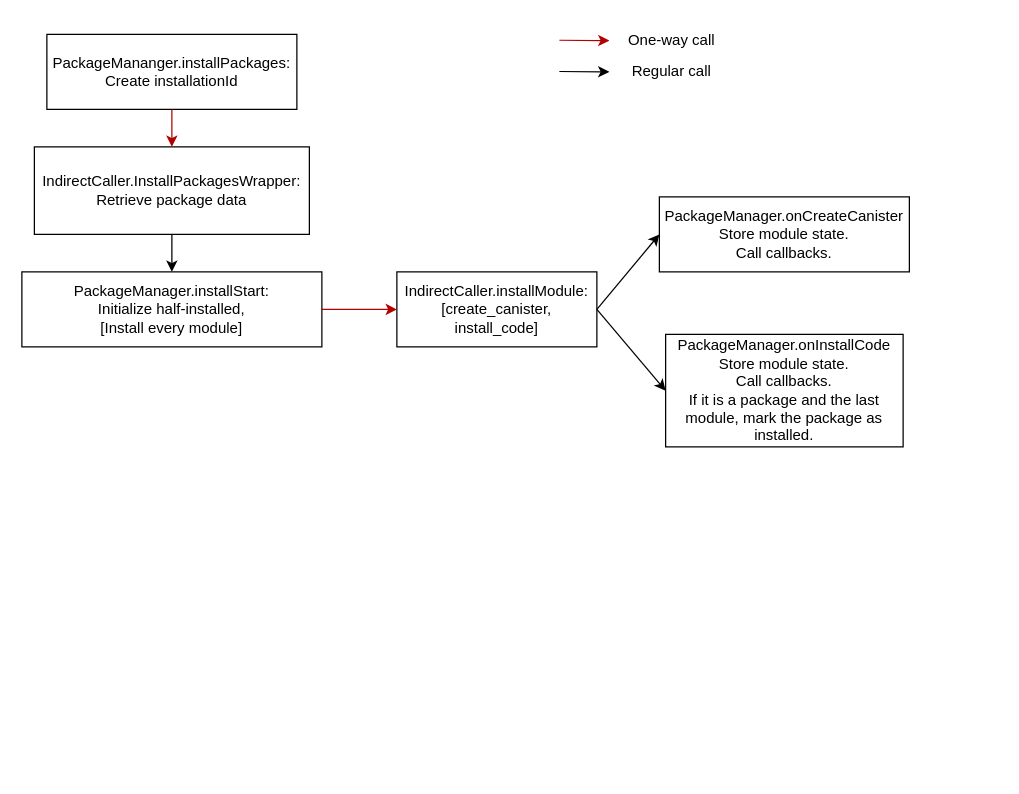
This is docs/calls.drawio from vporton/icp-package-manager, a draw.io file, before an edit. Source tidied: cells renumbered, new cells numbered last; positions are measured from the earlier drawing's top-left corner, leaving out a move shared by most shapes. Both pictures are drawn from the tidied source at 125%, with x=0, y=0 at pixel (21, 21).
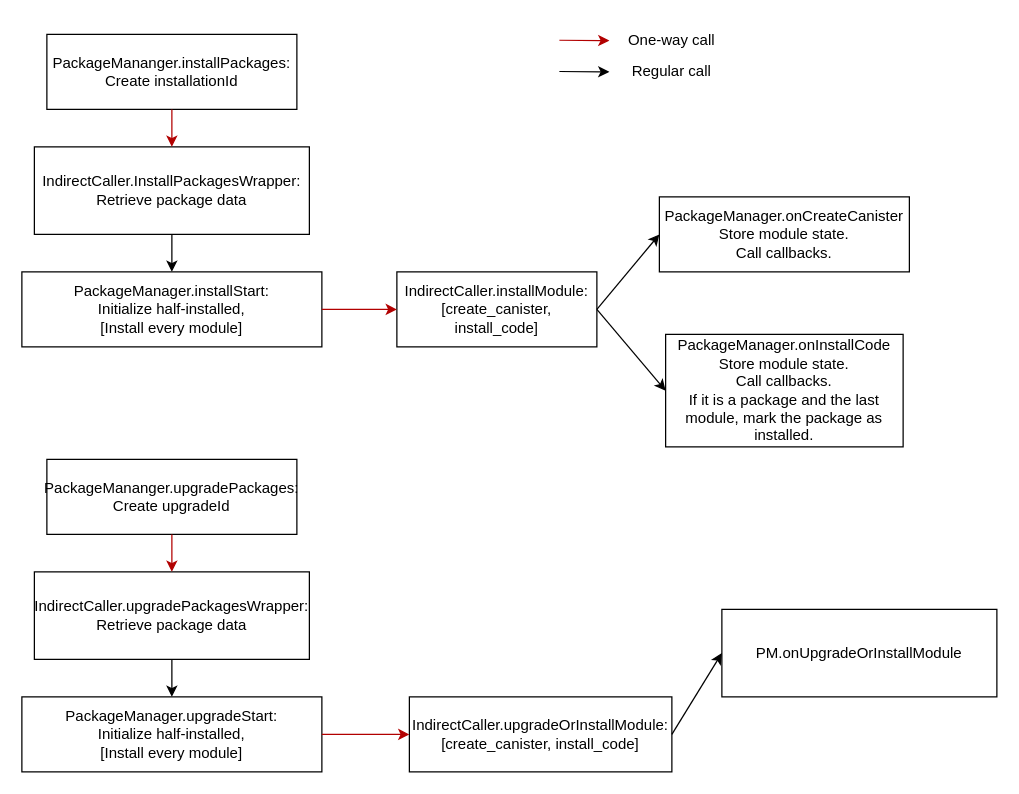
The same page after the edit.

Change to the diagram source:
```diff
@@
+    <mxCell id="17" value="PackageMananger.upgradePackages:&lt;br&gt;Create upgradeId" style="rounded=0;whiteSpace=wrap;html=1;" parent="1" vertex="1">
+      <mxGeometry x="20" y="350" width="200" height="60" as="geometry" />
+    </mxCell>
+    <mxCell id="18" value="&lt;div&gt;IndirectCaller.upgradePackagesWrapper:&lt;/div&gt;&lt;div&gt;Retrieve package data&lt;/div&gt;" style="rounded=0;whiteSpace=wrap;html=1;" parent="1" vertex="1">
+      <mxGeometry x="10" y="440" width="220" height="70" as="geometry" />
+    </mxCell>
+    <mxCell id="19" style="endArrow=classic;html=1;rounded=0;entryX=0.5;entryY=0;entryDx=0;entryDy=0;exitX=0.5;exitY=1;exitDx=0;exitDy=0;fillColor=#e51400;strokeColor=#B20000;" parent="1" edge="1" source="17" target="18">
+      <mxGeometry relative="1" as="geometry" />
+    </mxCell>
+    <mxCell id="20" value="&lt;div&gt;PackageManager.upgradeStart:&lt;/div&gt;&lt;div&gt;Initialize half-installed,&lt;/div&gt;&lt;div&gt;[Install every module]&lt;/div&gt;" style="rounded=0;whiteSpace=wrap;html=1;" parent="1" vertex="1">
+      <mxGeometry y="540" width="240" height="60" as="geometry" />
+    </mxCell>
+    <mxCell id="21" style="endArrow=classic;html=1;rounded=0;exitX=0.5;exitY=1;exitDx=0;exitDy=0;entryX=0.5;entryY=0;entryDx=0;entryDy=0;" parent="1" edge="1" source="18" target="20">
+      <mxGeometry relative="1" as="geometry" />
+    </mxCell>
+    <mxCell id="22" value="&lt;div&gt;IndirectCaller.upgradeOrI&lt;span style=&quot;background-color: transparent; color: light-dark(rgb(0, 0, 0), rgb(255, 255, 255));&quot;&gt;nstallModule:&lt;/span&gt;&lt;/div&gt;&lt;div&gt;[create_canister, install_code]&lt;/div&gt;" style="rounded=0;whiteSpace=wrap;html=1;" parent="1" vertex="1">
+      <mxGeometry x="310" y="540" width="210" height="60" as="geometry" />
+    </mxCell>
+    <mxCell id="23" style="endArrow=classic;html=1;rounded=0;exitX=1;exitY=0.5;exitDx=0;exitDy=0;fillColor=#e51400;strokeColor=#B20000;" parent="1" edge="1" source="20" target="22">
+      <mxGeometry relative="1" as="geometry" />
+    </mxCell>
+    <mxCell id="24" value="PM.onUpgradeOrInstallModule" style="rounded=0;whiteSpace=wrap;html=1;" parent="1" vertex="1">
+      <mxGeometry x="560" y="470" width="220" height="70" as="geometry" />
+    </mxCell>
+    <mxCell id="25" style="endArrow=classic;html=1;rounded=0;entryX=0;entryY=0.5;entryDx=0;entryDy=0;exitX=1;exitY=0.5;exitDx=0;exitDy=0;" parent="1" edge="1" source="22" target="24">
+      <mxGeometry relative="1" as="geometry" />
+    </mxCell>
```
